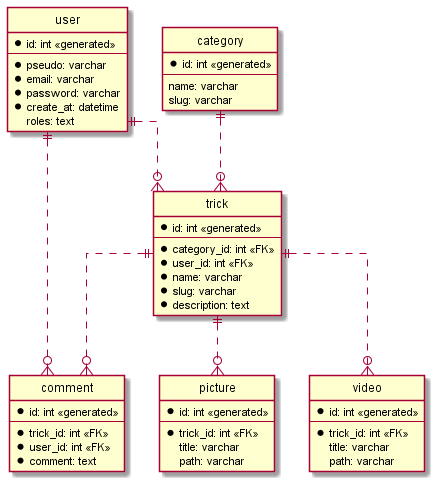
This is uml/PhysicalDataModel.png from sjaulin/snowtricks, a PlantUML export, as it was before one commit.
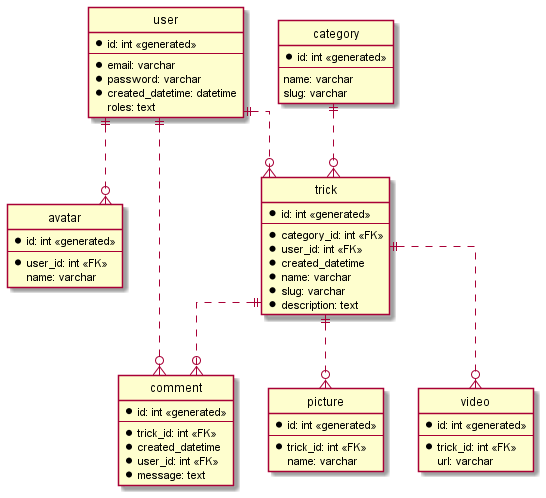
After the change.

Diff of the diagram source:
```diff
@@ -7,11 +7,17 @@
 entity "user" {
   *id: int <<generated>>
   --
-    *pseudo: varchar
     *email: varchar
     *password: varchar
-    *create_at: datetime
+    *created_datetime: datetime
     roles: text
+}
+
+entity "avatar" {
+  *id: int <<generated>>
+  --
+  *user_id: int <<FK>>
+  name: varchar
 }
 
 entity "category" {
@@ -26,6 +32,7 @@
   --
   *category_id: int <<FK>>
   *user_id: int <<FK>>
+  *created_datetime
   *name: varchar
   *slug: varchar
   *description: text
@@ -35,27 +42,28 @@
   *id: int <<generated>>
   --
   *trick_id: int <<FK>>
+  *created_datetime
   *user_id: int <<FK>>
-  *comment: text
+  *message: text
 }
 
 entity "picture" {
   *id: int <<generated>>
   --
   *trick_id: int <<FK>>
-  title: varchar
-  path: varchar
+  name: varchar
 }
 
 entity "video" {
   *id: int <<generated>>
   --
   *trick_id: int <<FK>>
-  title: varchar
-  path: varchar
+  url: varchar
 }
 
 user ||..o{ trick
+user ||..o{ avatar
+
 category ||..o{ trick
 
 trick ||..o{ comment
```
